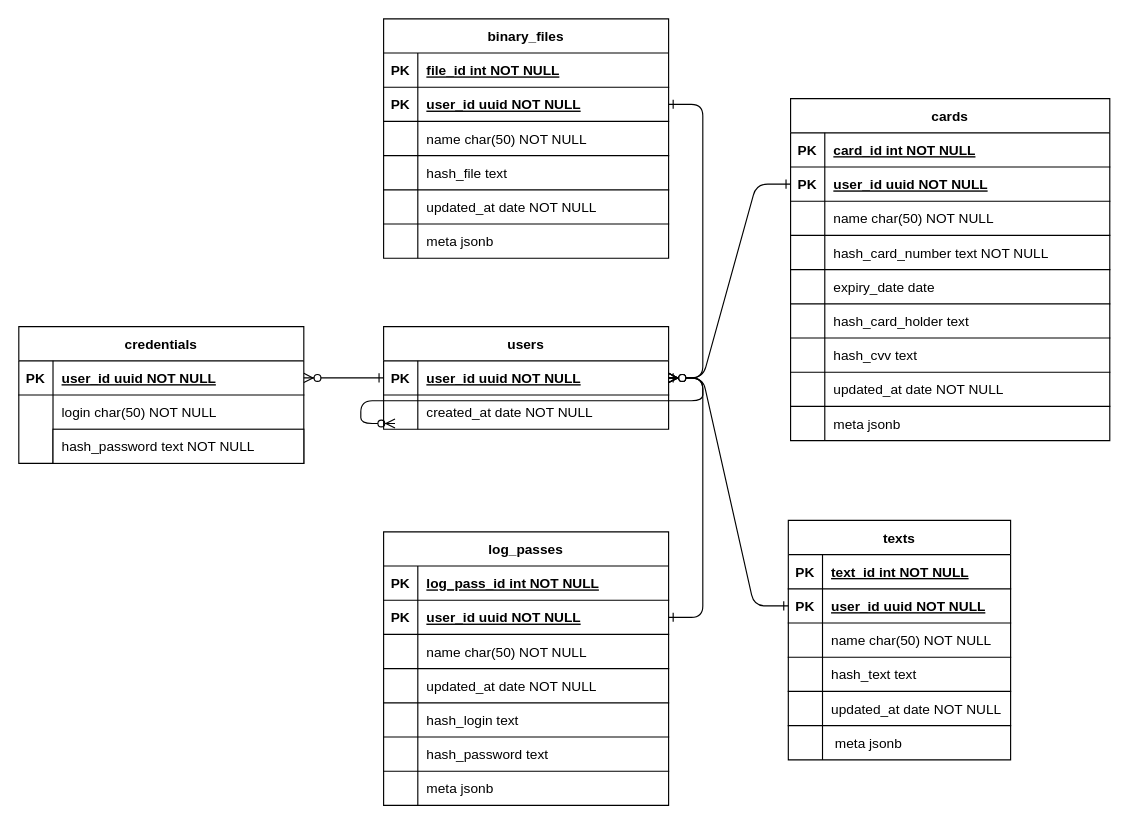
This is db_scheme.drawio from mishankoGO/GophKeeper, a draw.io file, before an edit. Source tidied: cells renumbered, new cells numbered last; positions are measured from the earlier drawing's top-left corner, leaving out a move shared by most shapes. Both pictures are drawn from the tidied source at 114%, with x=0, y=0 at pixel (18, 18).
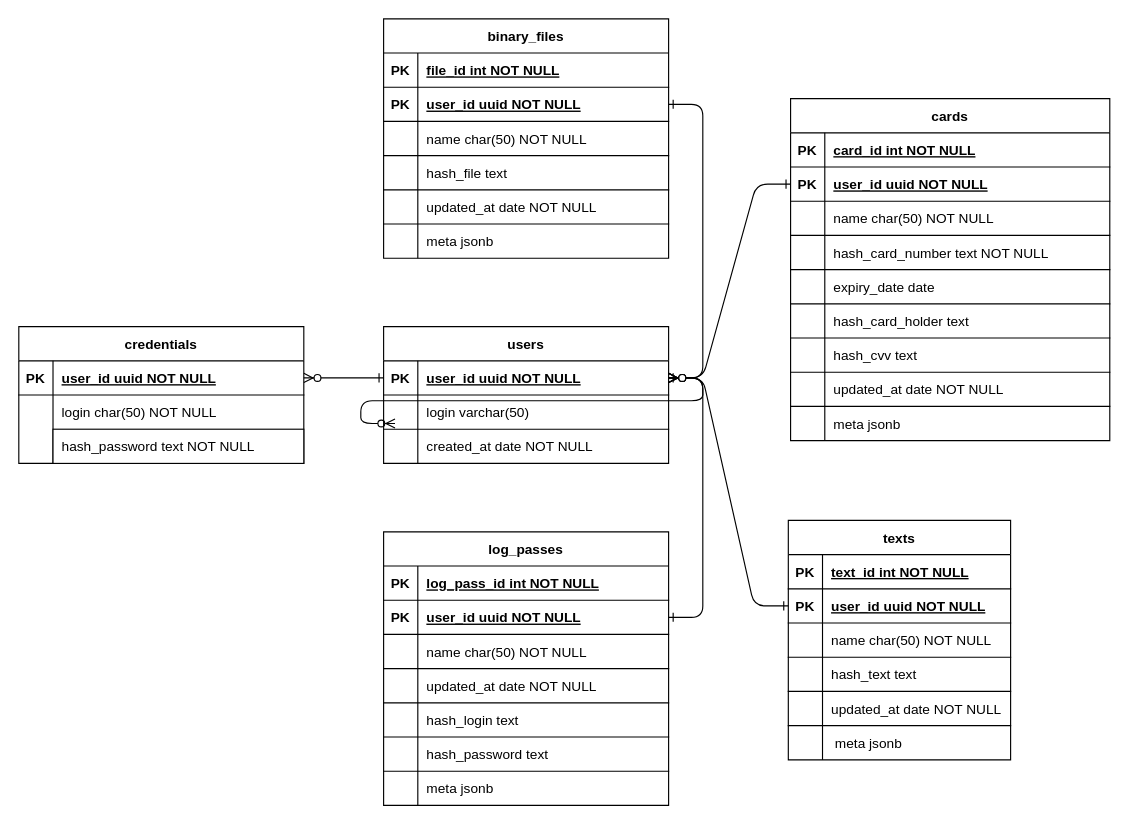
The same page after the edit.

The edit, as a diff of the source:
```diff
@@
     <mxCell id="4" value="users" style="shape=table;startSize=30;childLayout=tableLayout;rowLines=0;fontStyle=1;align=center;" parent="1" vertex="1">
-      <mxGeometry x="320" y="270" width="250" height="90" as="geometry" />
+      <mxGeometry x="320" y="270" width="250" height="120" as="geometry" />
     </mxCell>
@@
+    <mxCell id="116" style="shape=partialRectangle;fillColor=none;top=0;left=0;right=0;bottom=1;" parent="4" vertex="1">
+      <mxGeometry y="60" width="250" height="30" as="geometry" />
+    </mxCell>
+    <mxCell id="117" style="shape=partialRectangle;overflow=hidden;fillColor=none;top=0;left=0;bottom=0;right=0;fontStyle=1;" parent="116" vertex="1">
+      <mxGeometry width="30" height="30" as="geometry" />
+    </mxCell>
+    <mxCell id="118" value="login varchar(50)" style="shape=partialRectangle;overflow=hidden;fillColor=none;top=0;left=0;bottom=0;right=0;align=left;spacingLeft=6;fontStyle=0;" parent="116" vertex="1">
+      <mxGeometry x="30" width="220" height="30" as="geometry" />
+    </mxCell>
     <mxCell id="8" style="shape=partialRectangle;fillColor=none;top=0;left=0;right=0;bottom=0;" parent="4" vertex="1">
-      <mxGeometry y="60" width="250" height="30" as="geometry" />
+      <mxGeometry y="90" width="250" height="30" as="geometry" />
     </mxCell>
```
